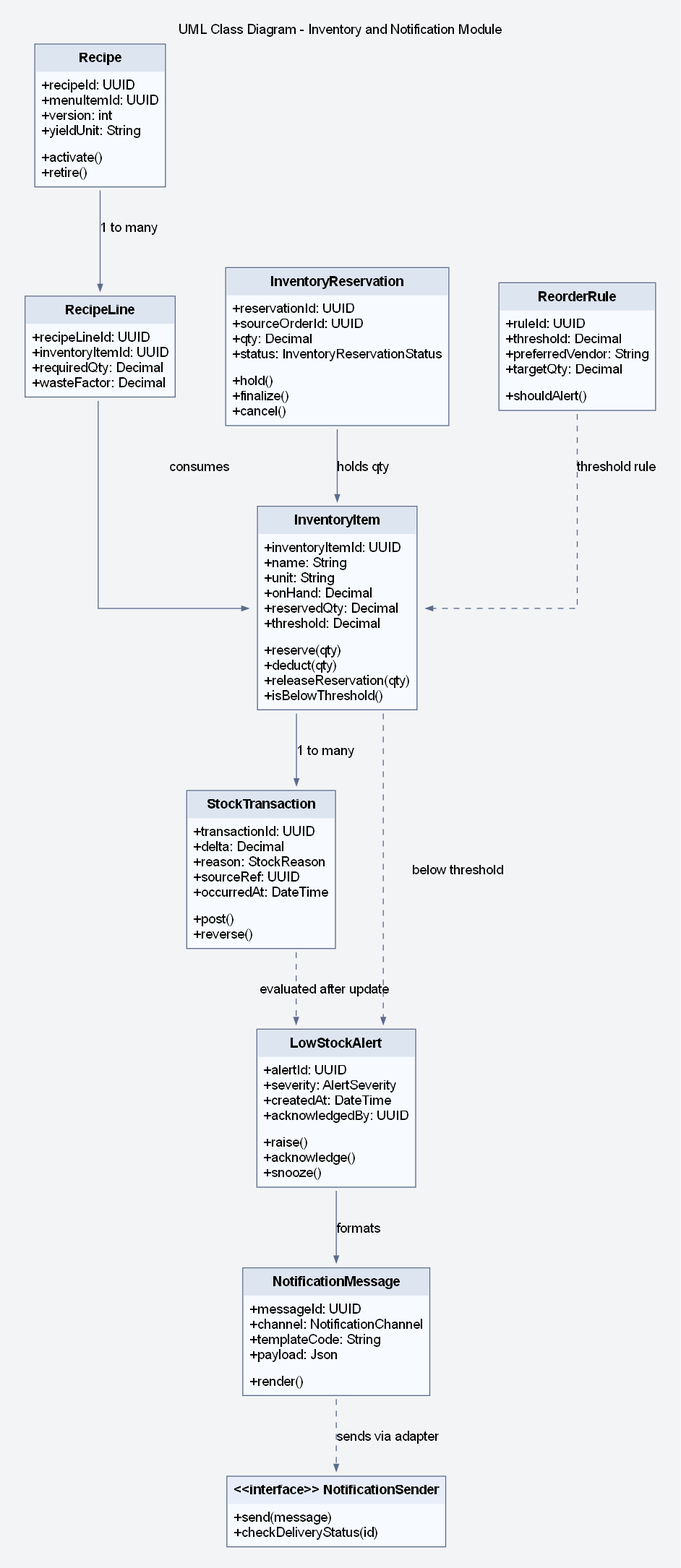
This is assets/diagrams/rendered/design/30_uml_class_diagram_inventory_and_notification_module.png from lehoangluan1/SA_IRMS, a Graphviz export, as it was before one commit. Its source is kept beside it as assets/diagrams/source/design/30_uml_class_diagram_inventory_and_notification_module.dot. The source it was exported from:
```dot
digraph G {

graph [bgcolor="#F3F4F6", pad="0.25", nodesep="0.5", ranksep="0.82", splines=ortho, fontname="Arial"];
node [fontname="Arial", shape=plaintext];
edge [fontname="Arial", color="#5B6B8C", penwidth=1.0, arrowsize=0.7];

labelloc="t";
label="UML Class Diagram - Inventory and Notification Module";
rankdir=TB;
InventoryItem [label=<
<TABLE BORDER="1" CELLBORDER="0" CELLSPACING="0" CELLPADDING="6" COLOR="#5B6B8C" BGCOLOR="#F7FAFF">
<TR><TD BGCOLOR="#DDE5F0"><B>InventoryItem</B></TD></TR>
<TR><TD ALIGN="LEFT" BALIGN="LEFT">+inventoryItemId: UUID<BR ALIGN='LEFT'/>+name: String<BR ALIGN='LEFT'/>+unit: String<BR ALIGN='LEFT'/>+onHand: Decimal<BR ALIGN='LEFT'/>+reservedQty: Decimal<BR ALIGN='LEFT'/>+threshold: Decimal</TD></TR>
<TR><TD ALIGN="LEFT" BALIGN="LEFT">+reserve(qty)<BR ALIGN='LEFT'/>+deduct(qty)<BR ALIGN='LEFT'/>+releaseReservation(qty)<BR ALIGN='LEFT'/>+isBelowThreshold()</TD></TR>
</TABLE>
>];
Recipe [label=<
<TABLE BORDER="1" CELLBORDER="0" CELLSPACING="0" CELLPADDING="6" COLOR="#5B6B8C" BGCOLOR="#F7FAFF">
<TR><TD BGCOLOR="#DDE5F0"><B>Recipe</B></TD></TR>
<TR><TD ALIGN="LEFT" BALIGN="LEFT">+recipeId: UUID<BR ALIGN='LEFT'/>+menuItemId: UUID<BR ALIGN='LEFT'/>+version: int<BR ALIGN='LEFT'/>+yieldUnit: String</TD></TR>
<TR><TD ALIGN="LEFT" BALIGN="LEFT">+activate()<BR ALIGN='LEFT'/>+retire()</TD></TR>
</TABLE>
>];
RecipeLine [label=<
<TABLE BORDER="1" CELLBORDER="0" CELLSPACING="0" CELLPADDING="6" COLOR="#5B6B8C" BGCOLOR="#F7FAFF">
<TR><TD BGCOLOR="#DDE5F0"><B>RecipeLine</B></TD></TR>
<TR><TD ALIGN="LEFT" BALIGN="LEFT">+recipeLineId: UUID<BR ALIGN='LEFT'/>+inventoryItemId: UUID<BR ALIGN='LEFT'/>+requiredQty: Decimal<BR ALIGN='LEFT'/>+wasteFactor: Decimal</TD></TR>

</TABLE>
>];
InventoryReservation [label=<
<TABLE BORDER="1" CELLBORDER="0" CELLSPACING="0" CELLPADDING="6" COLOR="#5B6B8C" BGCOLOR="#F7FAFF">
<TR><TD BGCOLOR="#DDE5F0"><B>InventoryReservation</B></TD></TR>
<TR><TD ALIGN="LEFT" BALIGN="LEFT">+reservationId: UUID<BR ALIGN='LEFT'/>+sourceOrderId: UUID<BR ALIGN='LEFT'/>+qty: Decimal<BR ALIGN='LEFT'/>+status: InventoryReservationStatus</TD></TR>
<TR><TD ALIGN="LEFT" BALIGN="LEFT">+hold()<BR ALIGN='LEFT'/>+finalize()<BR ALIGN='LEFT'/>+cancel()</TD></TR>
</TABLE>
>];
StockTransaction [label=<
<TABLE BORDER="1" CELLBORDER="0" CELLSPACING="0" CELLPADDING="6" COLOR="#5B6B8C" BGCOLOR="#F7FAFF">
<TR><TD BGCOLOR="#DDE5F0"><B>StockTransaction</B></TD></TR>
<TR><TD ALIGN="LEFT" BALIGN="LEFT">+transactionId: UUID<BR ALIGN='LEFT'/>+delta: Decimal<BR ALIGN='LEFT'/>+reason: StockReason<BR ALIGN='LEFT'/>+sourceRef: UUID<BR ALIGN='LEFT'/>+occurredAt: DateTime</TD></TR>
<TR><TD ALIGN="LEFT" BALIGN="LEFT">+post()<BR ALIGN='LEFT'/>+reverse()</TD></TR>
</TABLE>
>];
ReorderRule [label=<
<TABLE BORDER="1" CELLBORDER="0" CELLSPACING="0" CELLPADDING="6" COLOR="#5B6B8C" BGCOLOR="#F7FAFF">
<TR><TD BGCOLOR="#DDE5F0"><B>ReorderRule</B></TD></TR>
<TR><TD ALIGN="LEFT" BALIGN="LEFT">+ruleId: UUID<BR ALIGN='LEFT'/>+threshold: Decimal<BR ALIGN='LEFT'/>+preferredVendor: String<BR ALIGN='LEFT'/>+targetQty: Decimal</TD></TR>
<TR><TD ALIGN="LEFT" BALIGN="LEFT">+shouldAlert()</TD></TR>
</TABLE>
>];
LowStockAlert [label=<
<TABLE BORDER="1" CELLBORDER="0" CELLSPACING="0" CELLPADDING="6" COLOR="#5B6B8C" BGCOLOR="#F7FAFF">
<TR><TD BGCOLOR="#DDE5F0"><B>LowStockAlert</B></TD></TR>
<TR><TD ALIGN="LEFT" BALIGN="LEFT">+alertId: UUID<BR ALIGN='LEFT'/>+severity: AlertSeverity<BR ALIGN='LEFT'/>+createdAt: DateTime<BR ALIGN='LEFT'/>+acknowledgedBy: UUID</TD></TR>
<TR><TD ALIGN="LEFT" BALIGN="LEFT">+raise()<BR ALIGN='LEFT'/>+acknowledge()<BR ALIGN='LEFT'/>+snooze()</TD></TR>
</TABLE>
>];
NotificationMessage [label=<
<TABLE BORDER="1" CELLBORDER="0" CELLSPACING="0" CELLPADDING="6" COLOR="#5B6B8C" BGCOLOR="#F7FAFF">
<TR><TD BGCOLOR="#DDE5F0"><B>NotificationMessage</B></TD></TR>
<TR><TD ALIGN="LEFT" BALIGN="LEFT">+messageId: UUID<BR ALIGN='LEFT'/>+channel: NotificationChannel<BR ALIGN='LEFT'/>+templateCode: String<BR ALIGN='LEFT'/>+payload: Json</TD></TR>
<TR><TD ALIGN="LEFT" BALIGN="LEFT">+render()</TD></TR>
</TABLE>
>];
NotificationSender [label=<
<TABLE BORDER="1" CELLBORDER="0" CELLSPACING="0" CELLPADDING="6" COLOR="#5B6B8C" BGCOLOR="#F7FAFF">
<TR><TD BGCOLOR="#E7EEF9"><B>&lt;&lt;interface&gt;&gt; NotificationSender</B></TD></TR>
<TR><TD ALIGN="LEFT" BALIGN="LEFT">+send(message)<BR ALIGN='LEFT'/>+checkDeliveryStatus(id)</TD></TR>

</TABLE>
>];

Recipe -> RecipeLine [label="1 to many"];
RecipeLine -> InventoryItem [label="consumes"];
InventoryItem -> StockTransaction [label="1 to many"];
InventoryReservation -> InventoryItem [label="holds qty"];
ReorderRule -> InventoryItem [style=dashed, label="threshold rule"];
InventoryItem -> LowStockAlert [style=dashed, label="below threshold"];
LowStockAlert -> NotificationMessage [label="formats"];
NotificationMessage -> NotificationSender [style=dashed, label="sends via adapter"];
StockTransaction -> LowStockAlert [style=dashed, label="evaluated after update"];
}
```
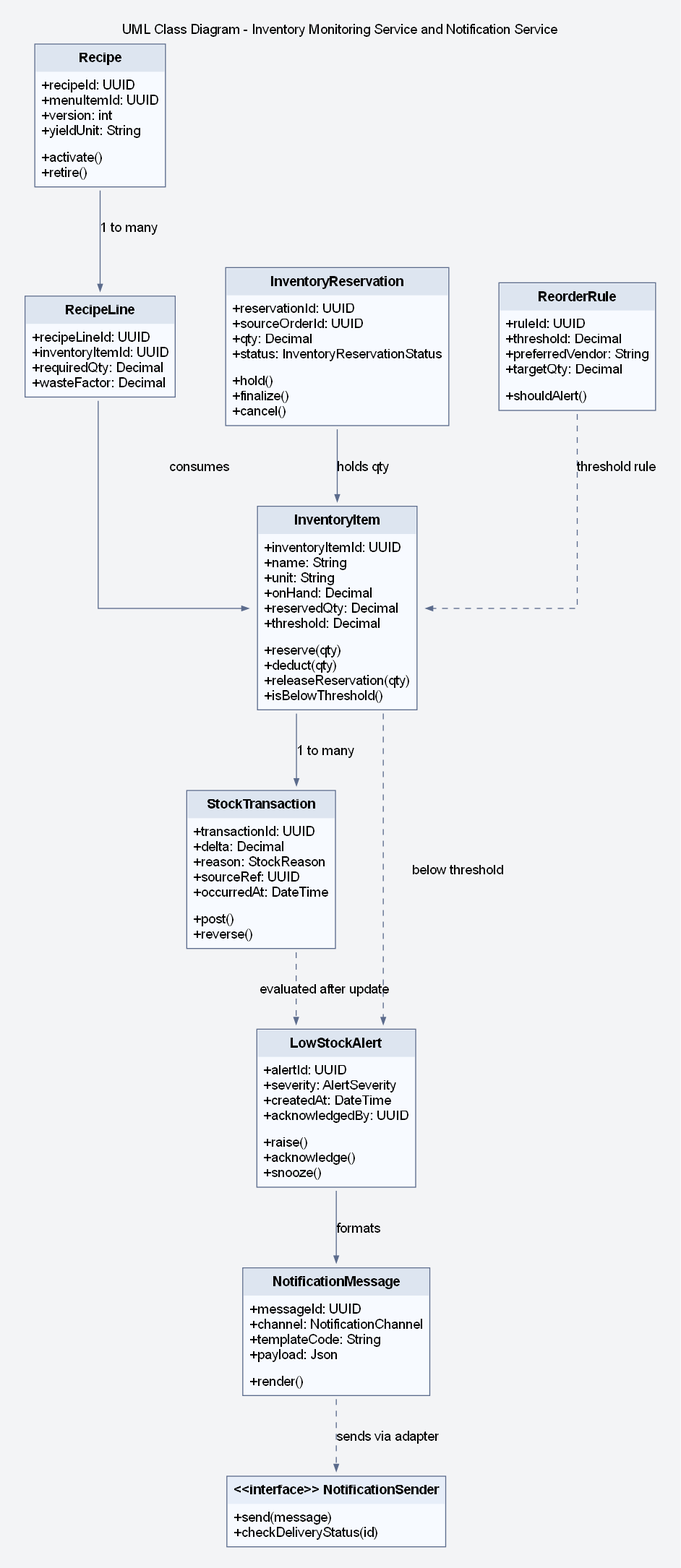
The same diagram one commit later.

Change to the diagram source:
```diff
@@ -5,7 +5,7 @@
 edge [fontname="Arial", color="#5B6B8C", penwidth=1.0, arrowsize=0.7];
 
 labelloc="t";
-label="UML Class Diagram - Inventory and Notification Module";
+label="UML Class Diagram - Inventory Monitoring Service and Notification Service";
 rankdir=TB;
 InventoryItem [label=<
 <TABLE BORDER="1" CELLBORDER="0" CELLSPACING="0" CELLPADDING="6" COLOR="#5B6B8C" BGCOLOR="#F7FAFF">
```
